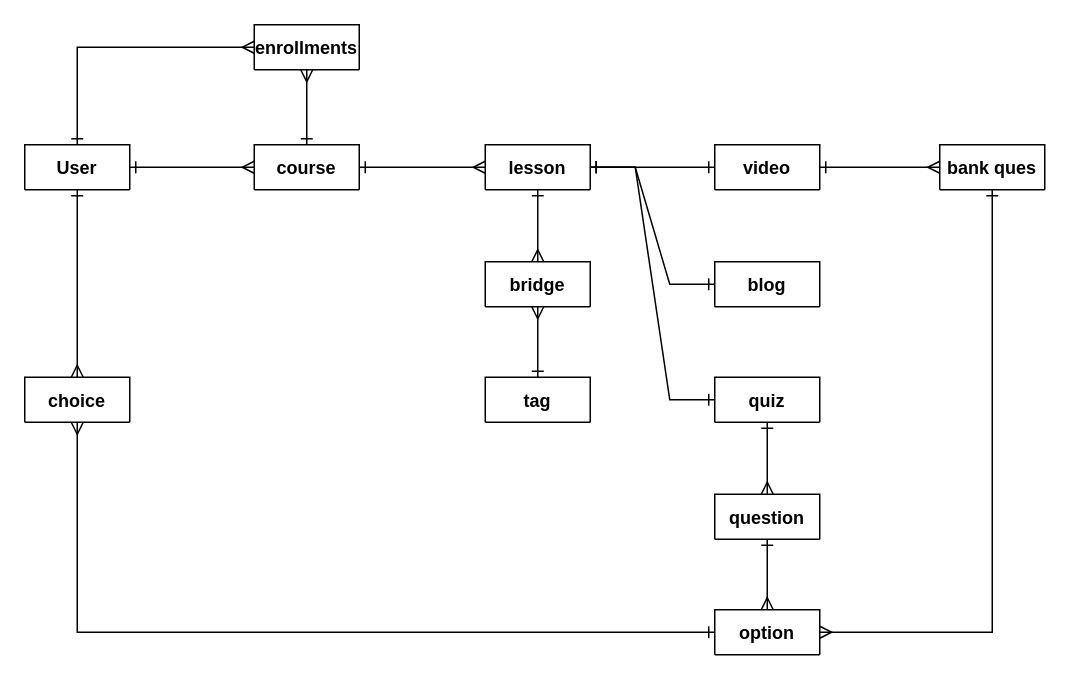
Above: Dorraq.drawio in YAMANX8/UML (draw.io), before the change. Source tidied: cells renumbered, new cells numbered last; positions are measured from the earlier drawing's top-left corner, leaving out a move shared by most shapes. Both pictures are drawn from the tidied source at 150%, with x=0, y=0 at pixel (24, 24).
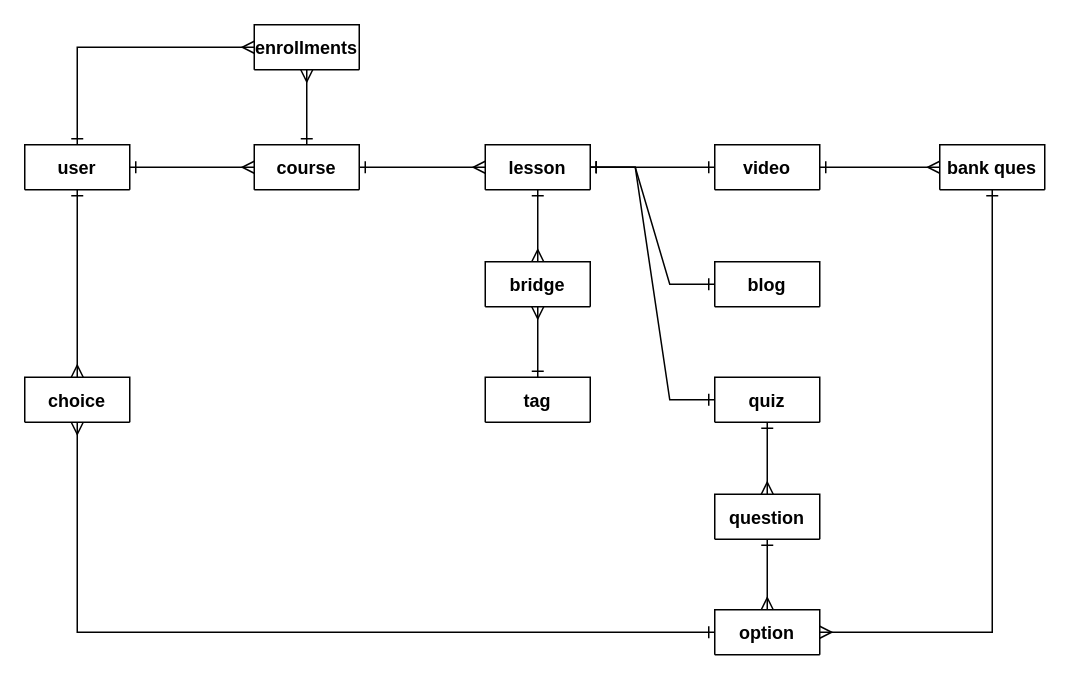
After the change.

What changed in the source:
```diff
@@
-    <mxCell id="5" value="User" style="shape=table;startSize=30;childLayout=tableLayout;rowLines=0;fontStyle=1;align=center;" parent="1" vertex="1" collapsed="1">
+    <mxCell id="5" value="user" style="shape=table;startSize=30;childLayout=tableLayout;rowLines=0;fontStyle=1;align=center;" parent="1" vertex="1" collapsed="1">
       <mxGeometry y="80" width="70" height="30" as="geometry" />
     </mxCell>
```
